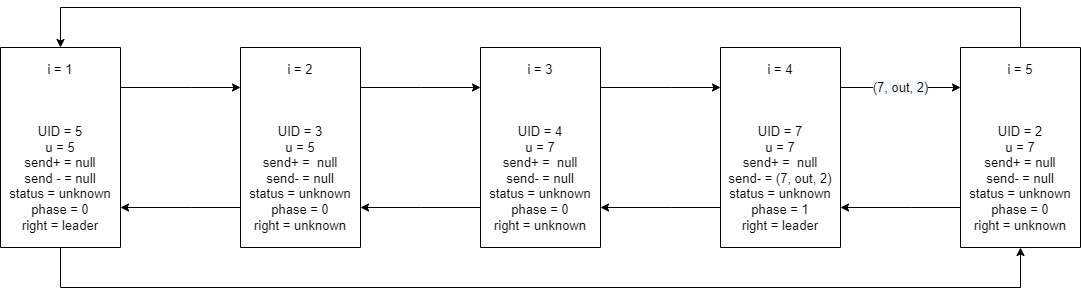
Earlier version of the draw.io export tods/04-tods.drawio.png (h1tlan/tods_first_exercise). Source tidied: cells renumbered, new cells last; positions are measured from the earlier drawing's top-left corner, leaving out a move shared by most shapes. Source of this version:
```xml
<mxGraphModel>
  <root>
    <mxCell id="0" />
    <mxCell id="1" parent="0" />
    <mxCell id="2" style="edgeStyle=orthogonalEdgeStyle;rounded=0;jettySize=auto;html=1;labelBorderColor=none;fontSize=13;" parent="1" edge="1" source="4" target="7">
      <mxGeometry relative="1" as="geometry">
        <Array as="points">
          <mxPoint x="190" y="80" />
          <mxPoint x="190" y="80" />
        </Array>
      </mxGeometry>
    </mxCell>
    <mxCell id="3" style="edgeStyle=orthogonalEdgeStyle;rounded=0;jettySize=auto;html=1;labelBorderColor=none;fontSize=13;" parent="1" edge="1" source="4" target="16">
      <mxGeometry relative="1" as="geometry">
        <Array as="points">
          <mxPoint x="60" y="280" />
          <mxPoint x="1020" y="280" />
        </Array>
      </mxGeometry>
    </mxCell>
    <mxCell id="4" value="i = 1&lt;br&gt;&lt;br&gt;&lt;br&gt;&lt;br&gt;UID = 5&lt;br&gt;u = 5&lt;br&gt;send+ = null&lt;br&gt;send - = null&lt;br&gt;status = unknown&lt;br&gt;phase = 0&lt;br&gt;right = leader" style="rounded=0;whiteSpace=wrap;html=1;fontSize=13;direction=south;" parent="1" vertex="1">
      <mxGeometry y="40" width="120" height="200" as="geometry" />
    </mxCell>
    <mxCell id="5" style="edgeStyle=orthogonalEdgeStyle;rounded=0;jettySize=auto;html=1;labelBorderColor=none;fontSize=13;" parent="1" edge="1" source="7" target="4">
      <mxGeometry relative="1" as="geometry">
        <Array as="points">
          <mxPoint x="190" y="200" />
          <mxPoint x="190" y="200" />
        </Array>
      </mxGeometry>
    </mxCell>
    <mxCell id="6" style="edgeStyle=orthogonalEdgeStyle;rounded=0;jettySize=auto;html=1;labelBorderColor=none;fontSize=13;" parent="1" edge="1" source="7" target="10">
      <mxGeometry relative="1" as="geometry">
        <Array as="points">
          <mxPoint x="420" y="80" />
          <mxPoint x="420" y="80" />
        </Array>
      </mxGeometry>
    </mxCell>
    <mxCell id="7" value="i = 2&lt;br&gt;&lt;br&gt;&lt;br&gt;&lt;br&gt;UID = 3&lt;br&gt;u = 5&lt;br&gt;send+ =&amp;nbsp; null&lt;br&gt;send- = null&lt;br&gt;status = unknown&lt;br&gt;phase = 0&lt;br&gt;right = unknown" style="rounded=0;whiteSpace=wrap;html=1;fontSize=13;direction=south;" parent="1" vertex="1">
      <mxGeometry x="240" y="40" width="120" height="200" as="geometry" />
    </mxCell>
    <mxCell id="8" style="edgeStyle=orthogonalEdgeStyle;rounded=0;jettySize=auto;html=1;labelBorderColor=none;fontSize=13;" parent="1" edge="1" source="10" target="7">
      <mxGeometry relative="1" as="geometry">
        <Array as="points">
          <mxPoint x="420" y="200" />
          <mxPoint x="420" y="200" />
        </Array>
      </mxGeometry>
    </mxCell>
    <mxCell id="9" style="edgeStyle=orthogonalEdgeStyle;rounded=0;jettySize=auto;html=1;labelBorderColor=none;fontSize=13;" parent="1" edge="1" source="10" target="13">
      <mxGeometry relative="1" as="geometry">
        <Array as="points">
          <mxPoint x="670" y="80" />
          <mxPoint x="670" y="80" />
        </Array>
      </mxGeometry>
    </mxCell>
    <mxCell id="10" value="i = 3&lt;br&gt;&lt;br&gt;&lt;br&gt;&lt;br&gt;UID = 4&lt;br&gt;u = 7&lt;br&gt;send+ =&amp;nbsp; null&lt;br&gt;send- = null&lt;br&gt;status = unknown&lt;br&gt;phase = 0&lt;br&gt;right = unknown" style="rounded=0;whiteSpace=wrap;html=1;fontSize=13;direction=south;" parent="1" vertex="1">
      <mxGeometry x="480" y="40" width="120" height="200" as="geometry" />
    </mxCell>
    <mxCell id="11" style="edgeStyle=orthogonalEdgeStyle;rounded=0;jettySize=auto;html=1;labelBorderColor=none;fontSize=13;" parent="1" edge="1" source="13" target="10">
      <mxGeometry relative="1" as="geometry">
        <Array as="points">
          <mxPoint x="670" y="200" />
          <mxPoint x="670" y="200" />
        </Array>
      </mxGeometry>
    </mxCell>
    <mxCell id="12" value="&#10;&#10;&lt;span style=&quot;color: rgb(0, 0, 0); font-family: helvetica; font-size: 13px; font-style: normal; font-weight: 400; letter-spacing: normal; text-align: center; text-indent: 0px; text-transform: none; word-spacing: 0px; background-color: rgb(248, 249, 250); display: inline; float: none;&quot;&gt;(7, out, 2)&lt;/span&gt;&#10;&#10;" style="edgeStyle=orthogonalEdgeStyle;rounded=0;jettySize=auto;html=1;labelBorderColor=none;fontSize=13;" parent="1" edge="1" source="13" target="16">
      <mxGeometry relative="1" as="geometry">
        <Array as="points">
          <mxPoint x="900" y="80" />
          <mxPoint x="900" y="80" />
        </Array>
      </mxGeometry>
    </mxCell>
    <mxCell id="13" value="i = 4&lt;br&gt;&lt;br&gt;&lt;br&gt;&lt;br&gt;UID = 7&lt;br&gt;u = 7&lt;br&gt;send+ =&amp;nbsp; null&lt;br&gt;send- = (7, out, 2)&lt;br&gt;status = unknown&lt;br&gt;phase = 1&lt;br&gt;right = leader" style="rounded=0;whiteSpace=wrap;html=1;fontSize=13;direction=south;" parent="1" vertex="1">
      <mxGeometry x="720" y="40" width="120" height="200" as="geometry" />
    </mxCell>
    <mxCell id="14" style="edgeStyle=orthogonalEdgeStyle;rounded=0;jettySize=auto;html=1;labelBorderColor=none;fontSize=13;" parent="1" edge="1" source="16" target="13">
      <mxGeometry relative="1" as="geometry">
        <Array as="points">
          <mxPoint x="910" y="200" />
          <mxPoint x="910" y="200" />
        </Array>
      </mxGeometry>
    </mxCell>
    <mxCell id="15" style="edgeStyle=orthogonalEdgeStyle;rounded=0;jettySize=auto;html=1;labelBorderColor=none;fontSize=13;" parent="1" edge="1" source="16" target="4">
      <mxGeometry relative="1" as="geometry">
        <Array as="points">
          <mxPoint x="1020" />
          <mxPoint x="60" />
        </Array>
      </mxGeometry>
    </mxCell>
    <mxCell id="16" value="i = 5&lt;br&gt;&lt;br&gt;&lt;br&gt;&lt;br&gt;UID = 2&lt;br&gt;u = 7&lt;br&gt;send+ = null&lt;br&gt;send- = null&lt;br&gt;status = unknown&lt;br&gt;phase = 0&lt;br&gt;right = unknown" style="rounded=0;whiteSpace=wrap;html=1;fontSize=13;direction=south;" parent="1" vertex="1">
      <mxGeometry x="960" y="40" width="120" height="200" as="geometry" />
    </mxCell>
  </root>
</mxGraphModel>
```
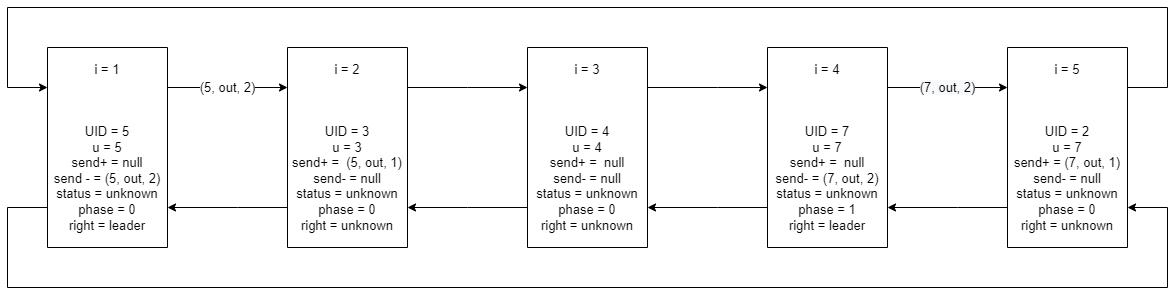
After the change.

Diff of the diagram source:
```diff
@@ -2,7 +2,7 @@
   <root>
     <mxCell id="0" />
     <mxCell id="1" parent="0" />
-    <mxCell id="2" style="edgeStyle=orthogonalEdgeStyle;rounded=0;jettySize=auto;html=1;labelBorderColor=none;fontSize=13;" parent="1" edge="1" source="4" target="7">
+    <mxCell id="2" value="(5, out, 2)" style="edgeStyle=orthogonalEdgeStyle;rounded=0;jettySize=auto;html=1;labelBorderColor=none;fontSize=13;" parent="1" edge="1" source="4" target="7">
       <mxGeometry relative="1" as="geometry">
         <Array as="points">
           <mxPoint x="190" y="80" />
@@ -13,12 +13,14 @@
     <mxCell id="3" style="edgeStyle=orthogonalEdgeStyle;rounded=0;jettySize=auto;html=1;labelBorderColor=none;fontSize=13;" parent="1" edge="1" source="4" target="16">
       <mxGeometry relative="1" as="geometry">
         <Array as="points">
-          <mxPoint x="60" y="280" />
-          <mxPoint x="1020" y="280" />
+          <mxPoint x="-40" y="200" />
+          <mxPoint x="-40" y="280" />
+          <mxPoint x="1120" y="280" />
+          <mxPoint x="1120" y="200" />
         </Array>
       </mxGeometry>
     </mxCell>
-    <mxCell id="4" value="i = 1&lt;br&gt;&lt;br&gt;&lt;br&gt;&lt;br&gt;UID = 5&lt;br&gt;u = 5&lt;br&gt;send+ = null&lt;br&gt;send - = null&lt;br&gt;status = unknown&lt;br&gt;phase = 0&lt;br&gt;right = leader" style="rounded=0;whiteSpace=wrap;html=1;fontSize=13;direction=south;" parent="1" vertex="1">
+    <mxCell id="4" value="i = 1&lt;br&gt;&lt;br&gt;&lt;br&gt;&lt;br&gt;UID = 5&lt;br&gt;u = 5&lt;br&gt;send+ = null&lt;br&gt;send - = (5, out, 2)&lt;br&gt;status = unknown&lt;br&gt;phase = 0&lt;br&gt;right = leader" style="rounded=0;whiteSpace=wrap;html=1;fontSize=13;direction=south;" parent="1" vertex="1">
       <mxGeometry y="40" width="120" height="200" as="geometry" />
     </mxCell>
     <mxCell id="5" style="edgeStyle=orthogonalEdgeStyle;rounded=0;jettySize=auto;html=1;labelBorderColor=none;fontSize=13;" parent="1" edge="1" source="7" target="4">
@@ -37,7 +39,7 @@
         </Array>
       </mxGeometry>
     </mxCell>
-    <mxCell id="7" value="i = 2&lt;br&gt;&lt;br&gt;&lt;br&gt;&lt;br&gt;UID = 3&lt;br&gt;u = 5&lt;br&gt;send+ =&amp;nbsp; null&lt;br&gt;send- = null&lt;br&gt;status = unknown&lt;br&gt;phase = 0&lt;br&gt;right = unknown" style="rounded=0;whiteSpace=wrap;html=1;fontSize=13;direction=south;" parent="1" vertex="1">
+    <mxCell id="7" value="i = 2&lt;br&gt;&lt;br&gt;&lt;br&gt;&lt;br&gt;UID = 3&lt;br&gt;u = 3&lt;br&gt;send+ =&amp;nbsp; (5, out, 1)&lt;br&gt;send- = null&lt;br&gt;status = unknown&lt;br&gt;phase = 0&lt;br&gt;right = unknown" style="rounded=0;whiteSpace=wrap;html=1;fontSize=13;direction=south;" parent="1" vertex="1">
       <mxGeometry x="240" y="40" width="120" height="200" as="geometry" />
     </mxCell>
     <mxCell id="8" style="edgeStyle=orthogonalEdgeStyle;rounded=0;jettySize=auto;html=1;labelBorderColor=none;fontSize=13;" parent="1" edge="1" source="10" target="7">
@@ -56,7 +58,7 @@
         </Array>
       </mxGeometry>
     </mxCell>
-    <mxCell id="10" value="i = 3&lt;br&gt;&lt;br&gt;&lt;br&gt;&lt;br&gt;UID = 4&lt;br&gt;u = 7&lt;br&gt;send+ =&amp;nbsp; null&lt;br&gt;send- = null&lt;br&gt;status = unknown&lt;br&gt;phase = 0&lt;br&gt;right = unknown" style="rounded=0;whiteSpace=wrap;html=1;fontSize=13;direction=south;" parent="1" vertex="1">
+    <mxCell id="10" value="i = 3&lt;br&gt;&lt;br&gt;&lt;br&gt;&lt;br&gt;UID = 4&lt;br&gt;u = 4&lt;br&gt;send+ =&amp;nbsp; null&lt;br&gt;send- = null&lt;br&gt;status = unknown&lt;br&gt;phase = 0&lt;br&gt;right = unknown" style="rounded=0;whiteSpace=wrap;html=1;fontSize=13;direction=south;" parent="1" vertex="1">
       <mxGeometry x="480" y="40" width="120" height="200" as="geometry" />
     </mxCell>
     <mxCell id="11" style="edgeStyle=orthogonalEdgeStyle;rounded=0;jettySize=auto;html=1;labelBorderColor=none;fontSize=13;" parent="1" edge="1" source="13" target="10">
@@ -89,12 +91,14 @@
     <mxCell id="15" style="edgeStyle=orthogonalEdgeStyle;rounded=0;jettySize=auto;html=1;labelBorderColor=none;fontSize=13;" parent="1" edge="1" source="16" target="4">
       <mxGeometry relative="1" as="geometry">
         <Array as="points">
-          <mxPoint x="1020" />
-          <mxPoint x="60" />
+          <mxPoint x="1120" y="80" />
+          <mxPoint x="1120" />
+          <mxPoint x="-40" />
+          <mxPoint x="-40" y="80" />
         </Array>
       </mxGeometry>
     </mxCell>
-    <mxCell id="16" value="i = 5&lt;br&gt;&lt;br&gt;&lt;br&gt;&lt;br&gt;UID = 2&lt;br&gt;u = 7&lt;br&gt;send+ = null&lt;br&gt;send- = null&lt;br&gt;status = unknown&lt;br&gt;phase = 0&lt;br&gt;right = unknown" style="rounded=0;whiteSpace=wrap;html=1;fontSize=13;direction=south;" parent="1" vertex="1">
+    <mxCell id="16" value="i = 5&lt;br&gt;&lt;br&gt;&lt;br&gt;&lt;br&gt;UID = 2&lt;br&gt;u = 7&lt;br&gt;send+ =&amp;nbsp;&lt;span style=&quot;background-color: rgb(255 , 255 , 255)&quot;&gt;(7, out, 1)&lt;/span&gt;&lt;br&gt;send- = null&lt;br&gt;status = unknown&lt;br&gt;phase = 0&lt;br&gt;right = unknown" style="rounded=0;whiteSpace=wrap;html=1;fontSize=13;direction=south;" parent="1" vertex="1">
       <mxGeometry x="960" y="40" width="120" height="200" as="geometry" />
     </mxCell>
   </root>
```
